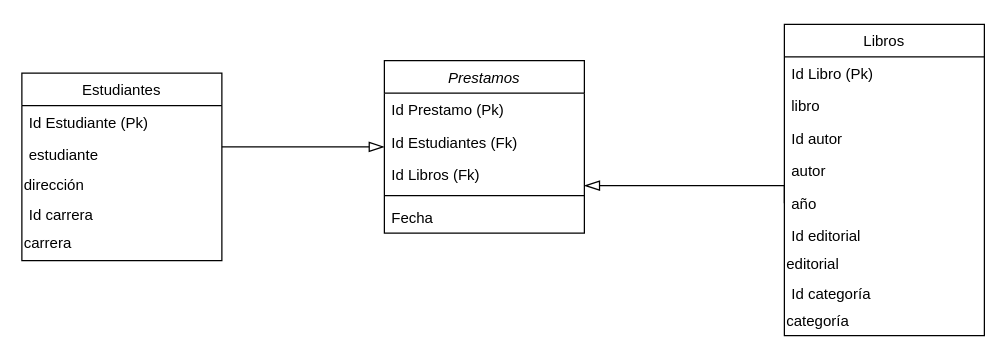
Before: Untitled Diagram.drawio in CynthiaMaldonadoR/hello-world, a draw.io diagram. Source tidied: cells renumbered, new cells numbered last; positions are measured from the earlier drawing's top-left corner, leaving out a move shared by most shapes. Both pictures are drawn from the tidied source at 125%, with x=0, y=0 at pixel (21, 24).
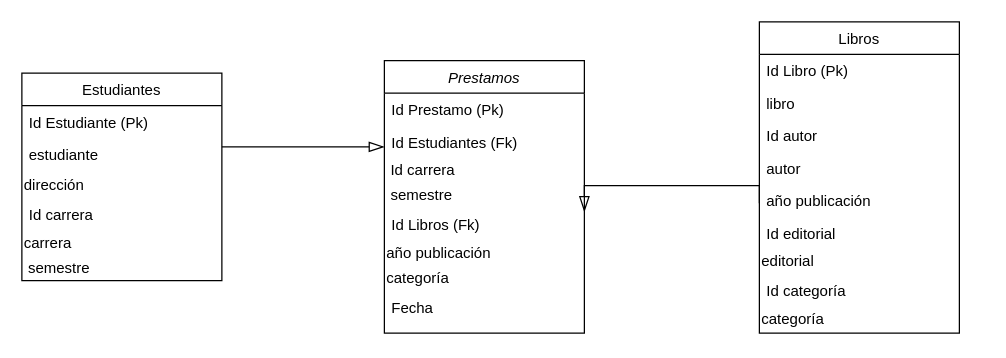
The same diagram, later.

Diff of the diagram source:
```diff
@@
     <mxCell id="2" value="Prestamos" style="swimlane;fontStyle=2;align=center;verticalAlign=top;horizontal=1;startSize=26;rounded=0;shadow=0;strokeWidth=1;" parent="1" vertex="1">
-      <mxGeometry x="290" y="29" width="160" height="138" as="geometry" />
+      <mxGeometry x="290" y="29" width="160" height="218" as="geometry" />
     </mxCell>
@@
+    <mxCell id="26" value="&amp;nbsp;Id carrera" style="text;html=1;strokeColor=none;fillColor=none;align=left;verticalAlign=middle;whiteSpace=wrap;rounded=0;" parent="2" vertex="1">
+      <mxGeometry y="78" width="160" height="20" as="geometry" />
+    </mxCell>
+    <mxCell id="27" value="&amp;nbsp;semestre" style="text;html=1;strokeColor=none;fillColor=none;align=left;verticalAlign=middle;whiteSpace=wrap;rounded=0;" parent="2" vertex="1">
+      <mxGeometry y="98" width="160" height="20" as="geometry" />
+    </mxCell>
     <mxCell id="5" value="Id Libros (Fk)" style="text;align=left;verticalAlign=top;spacingLeft=4;spacingRight=4;overflow=hidden;points=[[0,0.5],[1,0.5]];portConstraint=eastwest;rounded=0;shadow=0;html=0;" parent="2" vertex="1">
-      <mxGeometry y="78" width="160" height="26" as="geometry" />
+      <mxGeometry y="118" width="160" height="26" as="geometry" />
     </mxCell>
-    <mxCell id="6" style="line;html=1;strokeWidth=1;align=left;verticalAlign=middle;spacingTop=-1;spacingLeft=3;spacingRight=3;labelPosition=right;" parent="2" vertex="1">
-      <mxGeometry y="104" width="160" height="8" as="geometry" />
-    </mxCell>
+    <mxCell id="28" value="año publicación&amp;nbsp;" style="text;html=1;strokeColor=none;fillColor=none;align=left;verticalAlign=middle;whiteSpace=wrap;rounded=0;" parent="2" vertex="1">
+      <mxGeometry y="144" width="160" height="20" as="geometry" />
+    </mxCell>
+    <mxCell id="29" value="categoría&amp;nbsp;" style="text;html=1;strokeColor=none;fillColor=none;align=left;verticalAlign=middle;whiteSpace=wrap;rounded=0;" parent="2" vertex="1">
+      <mxGeometry y="164" width="160" height="20" as="geometry" />
+    </mxCell>
     <mxCell id="7" value="Fecha" style="text;align=left;verticalAlign=top;spacingLeft=4;spacingRight=4;overflow=hidden;" parent="2" vertex="1">
-      <mxGeometry y="112" width="160" height="26" as="geometry" />
+      <mxGeometry y="184" width="160" height="26" as="geometry" />
     </mxCell>
     <mxCell id="8" value="Estudiantes" style="swimlane;fontStyle=0;align=center;verticalAlign=top;horizontal=1;startSize=26;rounded=0;shadow=0;strokeWidth=1;" parent="1" vertex="1">
-      <mxGeometry y="39" width="160" height="150" as="geometry" />
+      <mxGeometry y="39" width="160" height="166" as="geometry" />
     </mxCell>
@@
+    <mxCell id="30" value="&amp;nbsp;semestre" style="text;html=1;strokeColor=none;fillColor=none;align=left;verticalAlign=middle;whiteSpace=wrap;rounded=0;" parent="8" vertex="1">
+      <mxGeometry y="146" width="160" height="20" as="geometry" />
+    </mxCell>
@@
     <mxCell id="15" value="Libros" style="swimlane;fontStyle=0;align=center;verticalAlign=top;horizontal=1;startSize=26;rounded=0;shadow=0;strokeWidth=1;" parent="1" vertex="1">
-      <mxGeometry x="610" width="160" height="249" as="geometry" />
+      <mxGeometry x="590" y="-2" width="160" height="249" as="geometry" />
     </mxCell>
@@
-    <mxCell id="20" value="año " style="text;align=left;verticalAlign=top;spacingLeft=4;spacingRight=4;overflow=hidden;points=[[0,0.5],[1,0.5]];portConstraint=eastwest;rounded=0;shadow=0;html=0;" parent="15" vertex="1">
+    <mxCell id="20" value="año publicación " style="text;align=left;verticalAlign=top;spacingLeft=4;spacingRight=4;overflow=hidden;points=[[0,0.5],[1,0.5]];portConstraint=eastwest;rounded=0;shadow=0;html=0;" parent="15" vertex="1">
       <mxGeometry y="130" width="160" height="26" as="geometry" />
     </mxCell>
@@
-    <mxCell id="25" style="endArrow=blockThin;endSize=10;endFill=0;shadow=0;strokeWidth=1;rounded=0;edgeStyle=elbowEdgeStyle;elbow=vertical;exitX=0;exitY=0.5;exitDx=0;exitDy=0;entryX=1;entryY=0.846;entryDx=0;entryDy=0;entryPerimeter=0;" parent="1" edge="1" source="20" target="5">
+    <mxCell id="25" style="endArrow=blockThin;endSize=10;endFill=0;shadow=0;strokeWidth=1;rounded=0;edgeStyle=elbowEdgeStyle;elbow=vertical;entryX=1;entryY=0.115;entryDx=0;entryDy=0;entryPerimeter=0;" parent="1" edge="1" target="5">
       <mxGeometry relative="1" as="geometry">
+        <mxPoint x="590" y="143" as="sourcePoint" />
         <Array as="points">
           <mxPoint x="490" y="129" />
           <mxPoint x="470" y="140" />
           <mxPoint x="490" y="119" />
         </Array>
       </mxGeometry>
     </mxCell>
```
